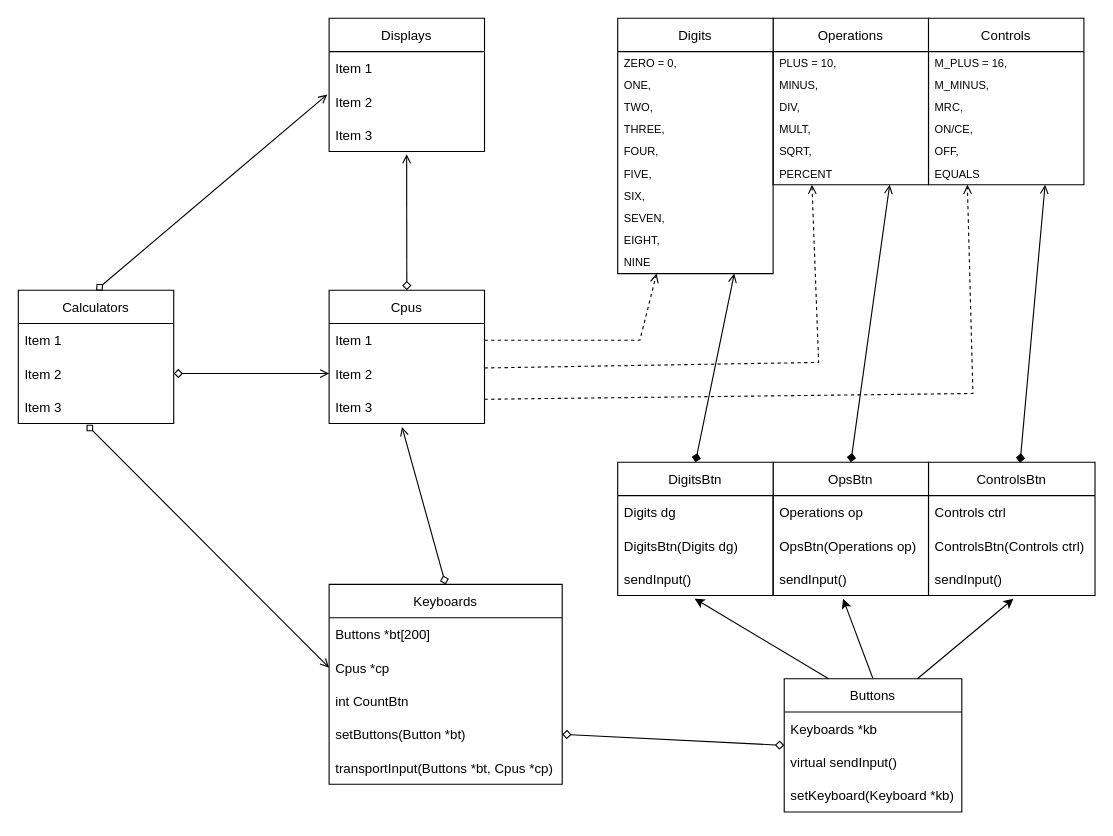
RenanGAS/Calculator keeps this draw.io diagram as Model/Calculator.drawio. Above is the earlier version. Source tidied: cells renumbered, new cells numbered last; positions are measured from the earlier drawing's top-left corner, leaving out a move shared by most shapes. Both pictures are drawn from the tidied source at 111%, with x=0, y=0 at pixel (18, 18).
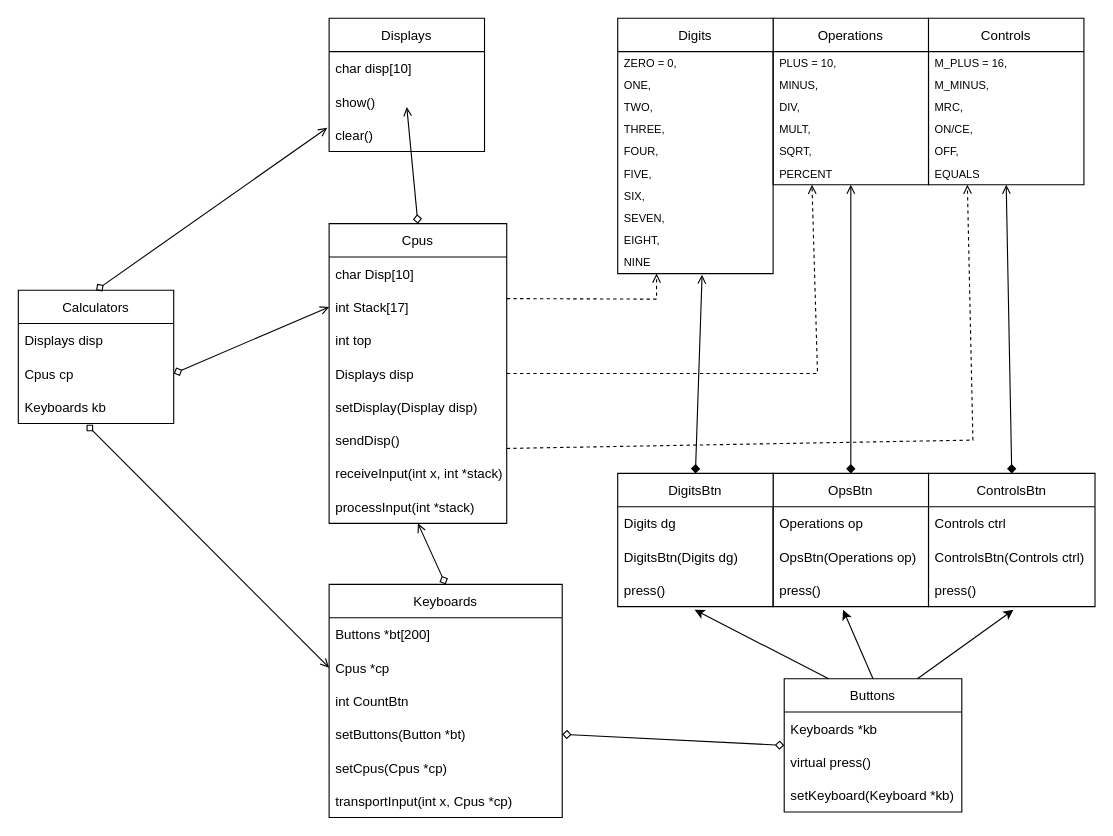
After the change.

Unchanged cells that the change refers to:
```xml
<mxCell id="8" value="Buttons" style="swimlane;fontStyle=0;horizontal=1;startSize=30;" parent="1" vertex="1">
  <mxGeometry x="690" y="595" width="160" height="120" as="geometry" />
</mxCell>
<mxCell id="12" value="Displays" style="swimlane;fontStyle=0;horizontal=1;startSize=30;" parent="1" vertex="1">
  <mxGeometry x="280" width="140" height="120" as="geometry" />
</mxCell>
<mxCell id="16" value="Calculators" style="swimlane;fontStyle=0;horizontal=1;startSize=30;" parent="1" vertex="1">
  <mxGeometry y="245" width="140" height="120" as="geometry" />
</mxCell>
<mxCell id="36" value="Operations" style="swimlane;fontStyle=0;horizontal=1;startSize=30;" parent="1" vertex="1">
  <mxGeometry x="680" width="140" height="150" as="geometry" />
</mxCell>
<mxCell id="58" value="Controls" style="swimlane;fontStyle=0;horizontal=1;startSize=30;" parent="1" vertex="1">
  <mxGeometry x="820" width="140" height="150" as="geometry" />
</mxCell>
<mxCell id="65" value="Digits" style="swimlane;fontStyle=0;horizontal=1;startSize=30;" parent="1" vertex="1">
  <mxGeometry x="540" width="140" height="230" as="geometry" />
</mxCell>
<mxCell id="75" value="NINE" style="text;strokeColor=none;fillColor=none;align=left;verticalAlign=middle;spacingLeft=4;spacingRight=4;overflow=hidden;points=[[0,0.5],[1,0.5]];portConstraint=eastwest;fontSize=10;" parent="65" vertex="1">
  <mxGeometry y="210" width="140" height="20" as="geometry" />
</mxCell>
```

Diff of the diagram source:
```diff
@@
     <mxCell id="2" value="Keyboards" style="swimlane;fontStyle=0;horizontal=1;startSize=30;" parent="1" vertex="1">
-      <mxGeometry x="280" y="510" width="210" height="180" as="geometry" />
+      <mxGeometry x="280" y="510" width="210" height="210" as="geometry" />
     </mxCell>
@@
+    <mxCell id="76" value="setCpus(Cpus *cp)" style="text;strokeColor=none;fillColor=none;align=left;verticalAlign=middle;spacingLeft=4;spacingRight=4;overflow=hidden;" parent="2" vertex="1">
+      <mxGeometry y="150" width="210" height="30" as="geometry" />
+    </mxCell>
-    <mxCell id="7" value="transportInput(Buttons *bt, Cpus *cp)" style="text;strokeColor=none;fillColor=none;align=left;verticalAlign=middle;spacingLeft=4;spacingRight=4;overflow=hidden;" parent="2" vertex="1">
-      <mxGeometry y="150" width="210" height="30" as="geometry" />
+    <mxCell id="7" value="transportInput(int x, Cpus *cp)" style="text;strokeColor=none;fillColor=none;align=left;verticalAlign=middle;spacingLeft=4;spacingRight=4;overflow=hidden;" parent="2" vertex="1">
+      <mxGeometry y="180" width="210" height="30" as="geometry" />
     </mxCell>
@@
-    <mxCell id="10" value="virtual sendInput()" style="text;strokeColor=none;fillColor=none;align=left;verticalAlign=middle;spacingLeft=4;spacingRight=4;overflow=hidden;" parent="8" vertex="1">
+    <mxCell id="10" value="virtual press()" style="text;strokeColor=none;fillColor=none;align=left;verticalAlign=middle;spacingLeft=4;spacingRight=4;overflow=hidden;" parent="8" vertex="1">
       <mxGeometry y="60" width="160" height="30" as="geometry" />
     </mxCell>
@@
+    <mxCell id="77" value="char disp[10]" style="text;strokeColor=none;fillColor=none;align=left;verticalAlign=middle;spacingLeft=4;spacingRight=4;overflow=hidden;" parent="12" vertex="1">
+      <mxGeometry y="30" width="140" height="30" as="geometry" />
+    </mxCell>
-    <mxCell id="13" value="Item 1" style="text;strokeColor=none;fillColor=none;align=left;verticalAlign=middle;spacingLeft=4;spacingRight=4;overflow=hidden;" parent="12" vertex="1">
-      <mxGeometry y="30" width="140" height="30" as="geometry" />
+    <mxCell id="13" value="show()" style="text;strokeColor=none;fillColor=none;align=left;verticalAlign=middle;spacingLeft=4;spacingRight=4;overflow=hidden;" parent="12" vertex="1">
+      <mxGeometry y="60" width="140" height="30" as="geometry" />
     </mxCell>
-    <mxCell id="14" value="Item 2" style="text;strokeColor=none;fillColor=none;align=left;verticalAlign=middle;spacingLeft=4;spacingRight=4;overflow=hidden;points=[[0,0.5],[1,0.5]];portConstraint=eastwest;" parent="12" vertex="1">
-      <mxGeometry y="60" width="140" height="30" as="geometry" />
+    <mxCell id="14" value="clear()" style="text;strokeColor=none;fillColor=none;align=left;verticalAlign=middle;spacingLeft=4;spacingRight=4;overflow=hidden;points=[[0,0.5],[1,0.5]];portConstraint=eastwest;" parent="12" vertex="1">
+      <mxGeometry y="90" width="140" height="30" as="geometry" />
     </mxCell>
-    <mxCell id="15" value="Item 3" style="text;strokeColor=none;fillColor=none;align=left;verticalAlign=middle;spacingLeft=4;spacingRight=4;overflow=hidden;points=[[0,0.5],[1,0.5]];portConstraint=eastwest;" parent="12" vertex="1">
-      <mxGeometry y="90" width="140" height="30" as="geometry" />
-    </mxCell>
@@
-    <mxCell id="17" value="Item 1" style="text;strokeColor=none;fillColor=none;align=left;verticalAlign=middle;spacingLeft=4;spacingRight=4;overflow=hidden;" parent="16" vertex="1">
+    <mxCell id="17" value="Displays disp" style="text;strokeColor=none;fillColor=none;align=left;verticalAlign=middle;spacingLeft=4;spacingRight=4;overflow=hidden;" parent="16" vertex="1">
       <mxGeometry y="30" width="140" height="30" as="geometry" />
     </mxCell>
-    <mxCell id="18" value="Item 2" style="text;strokeColor=none;fillColor=none;align=left;verticalAlign=middle;spacingLeft=4;spacingRight=4;overflow=hidden;points=[[0,0.5],[1,0.5]];portConstraint=eastwest;" parent="16" vertex="1">
+    <mxCell id="18" value="Cpus cp" style="text;strokeColor=none;fillColor=none;align=left;verticalAlign=middle;spacingLeft=4;spacingRight=4;overflow=hidden;points=[[0,0.5],[1,0.5]];portConstraint=eastwest;" parent="16" vertex="1">
       <mxGeometry y="60" width="140" height="30" as="geometry" />
     </mxCell>
-    <mxCell id="19" value="Item 3" style="text;strokeColor=none;fillColor=none;align=left;verticalAlign=middle;spacingLeft=4;spacingRight=4;overflow=hidden;points=[[0,0.5],[1,0.5]];portConstraint=eastwest;" parent="16" vertex="1">
+    <mxCell id="19" value="Keyboards kb" style="text;strokeColor=none;fillColor=none;align=left;verticalAlign=middle;spacingLeft=4;spacingRight=4;overflow=hidden;points=[[0,0.5],[1,0.5]];portConstraint=eastwest;" parent="16" vertex="1">
       <mxGeometry y="90" width="140" height="30" as="geometry" />
     </mxCell>
     <mxCell id="20" value="Cpus" style="swimlane;fontStyle=0;horizontal=1;startSize=30;" parent="1" vertex="1">
-      <mxGeometry x="280" y="245" width="140" height="120" as="geometry" />
+      <mxGeometry x="280" y="185" width="160" height="270" as="geometry" />
     </mxCell>
-    <mxCell id="21" value="Item 1" style="text;strokeColor=none;fillColor=none;align=left;verticalAlign=middle;spacingLeft=4;spacingRight=4;overflow=hidden;points=[[0,0.5],[1,0.5]];portConstraint=eastwest;" parent="20" vertex="1">
-      <mxGeometry y="30" width="140" height="30" as="geometry" />
+    <mxCell id="21" value="char Disp[10]" style="text;strokeColor=none;fillColor=none;align=left;verticalAlign=middle;spacingLeft=4;spacingRight=4;overflow=hidden;points=[[0,0.5],[1,0.5]];portConstraint=eastwest;" parent="20" vertex="1">
+      <mxGeometry y="30" width="160" height="30" as="geometry" />
     </mxCell>
-    <mxCell id="22" value="Item 2" style="text;strokeColor=none;fillColor=none;align=left;verticalAlign=middle;spacingLeft=4;spacingRight=4;overflow=hidden;points=[[0,0.5],[1,0.5]];portConstraint=eastwest;" parent="20" vertex="1">
-      <mxGeometry y="60" width="140" height="30" as="geometry" />
+    <mxCell id="22" value="int Stack[17]" style="text;strokeColor=none;fillColor=none;align=left;verticalAlign=middle;spacingLeft=4;spacingRight=4;overflow=hidden;points=[[0,0.5],[1,0.5]];portConstraint=eastwest;" parent="20" vertex="1">
+      <mxGeometry y="60" width="160" height="30" as="geometry" />
     </mxCell>
+    <mxCell id="78" value="int top" style="text;strokeColor=none;fillColor=none;align=left;verticalAlign=middle;spacingLeft=4;spacingRight=4;overflow=hidden;" parent="20" vertex="1">
+      <mxGeometry y="90" width="160" height="30" as="geometry" />
+    </mxCell>
-    <mxCell id="23" value="Item 3" style="text;strokeColor=none;fillColor=none;align=left;verticalAlign=middle;spacingLeft=4;spacingRight=4;overflow=hidden;points=[[0,0.5],[1,0.5]];portConstraint=eastwest;" parent="20" vertex="1">
-      <mxGeometry y="90" width="140" height="30" as="geometry" />
+    <mxCell id="23" value="Displays disp" style="text;strokeColor=none;fillColor=none;align=left;verticalAlign=middle;spacingLeft=4;spacingRight=4;overflow=hidden;points=[[0,0.5],[1,0.5]];portConstraint=eastwest;" parent="20" vertex="1">
+      <mxGeometry y="120" width="160" height="30" as="geometry" />
     </mxCell>
+    <mxCell id="79" value="setDisplay(Display disp)" style="text;strokeColor=none;fillColor=none;align=left;verticalAlign=middle;spacingLeft=4;spacingRight=4;overflow=hidden;" parent="20" vertex="1">
+      <mxGeometry y="150" width="160" height="30" as="geometry" />
+    </mxCell>
+    <mxCell id="80" value="sendDisp()" style="text;strokeColor=none;fillColor=none;align=left;verticalAlign=middle;spacingLeft=4;spacingRight=4;overflow=hidden;" parent="20" vertex="1">
+      <mxGeometry y="180" width="160" height="30" as="geometry" />
+    </mxCell>
+    <mxCell id="81" value="receiveInput(int x, int *stack)" style="text;strokeColor=none;fillColor=none;align=left;verticalAlign=middle;spacingLeft=4;spacingRight=4;overflow=hidden;" parent="20" vertex="1">
+      <mxGeometry y="210" width="160" height="30" as="geometry" />
+    </mxCell>
+    <mxCell id="82" value="processInput(int *stack)" style="text;strokeColor=none;fillColor=none;align=left;verticalAlign=middle;spacingLeft=4;spacingRight=4;overflow=hidden;" parent="20" vertex="1">
+      <mxGeometry y="240" width="160" height="30" as="geometry" />
+    </mxCell>
     <mxCell id="24" value="ControlsBtn" style="swimlane;fontStyle=0;horizontal=1;startSize=30;" parent="1" vertex="1">
-      <mxGeometry x="820" y="400" width="150" height="120" as="geometry" />
+      <mxGeometry x="820" y="410" width="150" height="120" as="geometry" />
     </mxCell>
@@
-    <mxCell id="27" value="sendInput()" style="text;strokeColor=none;fillColor=none;align=left;verticalAlign=middle;spacingLeft=4;spacingRight=4;overflow=hidden;points=[[0,0.5],[1,0.5]];portConstraint=eastwest;" parent="24" vertex="1">
+    <mxCell id="27" value="press()" style="text;strokeColor=none;fillColor=none;align=left;verticalAlign=middle;spacingLeft=4;spacingRight=4;overflow=hidden;points=[[0,0.5],[1,0.5]];portConstraint=eastwest;" parent="24" vertex="1">
       <mxGeometry y="90" width="150" height="30" as="geometry" />
     </mxCell>
     <mxCell id="28" value="OpsBtn" style="swimlane;fontStyle=0;horizontal=1;startSize=30;" parent="1" vertex="1">
-      <mxGeometry x="680" y="400" width="140" height="120" as="geometry" />
+      <mxGeometry x="680" y="410" width="140" height="120" as="geometry" />
     </mxCell>
@@
-    <mxCell id="31" value="sendInput()" style="text;strokeColor=none;fillColor=none;align=left;verticalAlign=middle;spacingLeft=4;spacingRight=4;overflow=hidden;points=[[0,0.5],[1,0.5]];portConstraint=eastwest;" parent="28" vertex="1">
+    <mxCell id="31" value="press()" style="text;strokeColor=none;fillColor=none;align=left;verticalAlign=middle;spacingLeft=4;spacingRight=4;overflow=hidden;points=[[0,0.5],[1,0.5]];portConstraint=eastwest;" parent="28" vertex="1">
       <mxGeometry y="90" width="140" height="30" as="geometry" />
     </mxCell>
     <mxCell id="32" value="DigitsBtn" style="swimlane;fontStyle=0;horizontal=1;startSize=30;" parent="1" vertex="1">
-      <mxGeometry x="540" y="400" width="140" height="120" as="geometry" />
+      <mxGeometry x="540" y="410" width="140" height="120" as="geometry" />
     </mxCell>
@@
-    <mxCell id="35" value="sendInput()" style="text;strokeColor=none;fillColor=none;align=left;verticalAlign=middle;spacingLeft=4;spacingRight=4;overflow=hidden;points=[[0,0.5],[1,0.5]];portConstraint=eastwest;" parent="32" vertex="1">
+    <mxCell id="35" value="press()" style="text;strokeColor=none;fillColor=none;align=left;verticalAlign=middle;spacingLeft=4;spacingRight=4;overflow=hidden;points=[[0,0.5],[1,0.5]];portConstraint=eastwest;" parent="32" vertex="1">
       <mxGeometry y="90" width="140" height="30" as="geometry" />
     </mxCell>
@@
-    <mxCell id="43" style="endArrow=diamond;html=1;rounded=0;endFill=1;startArrow=open;startFill=0;entryX=0.5;entryY=0;entryDx=0;entryDy=0;exitX=0.75;exitY=1;exitDx=0;exitDy=0;" parent="1" edge="1" source="65" target="32">
+    <mxCell id="43" style="endArrow=diamond;html=1;rounded=0;endFill=1;startArrow=open;startFill=0;entryX=0.5;entryY=0;entryDx=0;entryDy=0;exitX=0.543;exitY=1.05;exitDx=0;exitDy=0;exitPerimeter=0;" parent="1" edge="1" source="75" target="32">
       <mxGeometry relative="1" as="geometry" />
     </mxCell>
-    <mxCell id="44" style="endArrow=open;html=1;rounded=0;endFill=0;exitX=0.5;exitY=0;exitDx=0;exitDy=0;startArrow=diamond;startFill=1;entryX=0.75;entryY=1;entryDx=0;entryDy=0;" parent="1" edge="1" source="28" target="36">
+    <mxCell id="44" style="endArrow=open;html=1;rounded=0;endFill=0;exitX=0.5;exitY=0;exitDx=0;exitDy=0;startArrow=diamond;startFill=1;entryX=0.5;entryY=1;entryDx=0;entryDy=0;" parent="1" edge="1" source="28" target="36">
       <mxGeometry relative="1" as="geometry" />
     </mxCell>
-    <mxCell id="45" style="endArrow=open;html=1;rounded=0;endFill=0;entryX=0.75;entryY=1;entryDx=0;entryDy=0;exitX=0.5;exitY=0;exitDx=0;exitDy=0;startArrow=diamond;startFill=1;" parent="1" edge="1" target="58">
-      <mxGeometry relative="1" as="geometry">
-        <mxPoint x="902.5" y="400.3" as="sourcePoint" />
-      </mxGeometry>
+    <mxCell id="45" style="endArrow=open;html=1;rounded=0;endFill=0;entryX=0.5;entryY=1;entryDx=0;entryDy=0;exitX=0.5;exitY=0;exitDx=0;exitDy=0;startArrow=diamond;startFill=1;" parent="1" edge="1" source="24" target="58">
+      <mxGeometry relative="1" as="geometry" />
     </mxCell>
@@
-    <mxCell id="50" style="endArrow=diamond;html=1;rounded=0;endFill=0;startArrow=open;startFill=0;exitX=0.469;exitY=1.105;exitDx=0;exitDy=0;exitPerimeter=0;entryX=0.5;entryY=0;entryDx=0;entryDy=0;" parent="1" edge="1" source="23" target="2">
+    <mxCell id="50" style="endArrow=diamond;html=1;rounded=0;endFill=0;startArrow=open;startFill=0;entryX=0.5;entryY=0;entryDx=0;entryDy=0;exitX=0.5;exitY=1;exitDx=0;exitDy=0;" parent="1" edge="1" source="20" target="2">
       <mxGeometry relative="1" as="geometry" />
     </mxCell>
-    <mxCell id="51" style="endArrow=diamond;html=1;rounded=0;endFill=0;startArrow=open;startFill=0;entryX=0.5;entryY=0;entryDx=0;entryDy=0;exitX=0.499;exitY=1.079;exitDx=0;exitDy=0;exitPerimeter=0;" parent="1" edge="1" source="15" target="20">
-      <mxGeometry relative="1" as="geometry" />
+    <mxCell id="51" style="endArrow=diamond;html=1;rounded=0;endFill=0;startArrow=open;startFill=0;entryX=0.5;entryY=0;entryDx=0;entryDy=0;exitX=0.499;exitY=1.079;exitDx=0;exitDy=0;exitPerimeter=0;" parent="1" edge="1" target="20">
+      <mxGeometry relative="1" as="geometry">
+        <mxPoint x="350" y="80" as="sourcePoint" />
+      </mxGeometry>
     </mxCell>
@@
-    <mxCell id="55" style="endArrow=open;html=1;rounded=0;dashed=1;exitX=1;exitY=0.5;exitDx=0;exitDy=0;endFill=0;entryX=0.25;entryY=1;entryDx=0;entryDy=0;" parent="1" edge="1" source="21" target="65">
+    <mxCell id="55" style="endArrow=open;html=1;rounded=0;dashed=1;exitX=1;exitY=0.25;exitDx=0;exitDy=0;endFill=0;entryX=0.25;entryY=1;entryDx=0;entryDy=0;" parent="1" edge="1" source="20" target="65">
       <mxGeometry relative="1" as="geometry">
         <Array as="points">
-          <mxPoint x="560" y="290" />
+          <mxPoint x="575" y="253" />
         </Array>
       </mxGeometry>
     </mxCell>
-    <mxCell id="56" style="endArrow=open;html=1;rounded=0;dashed=1;exitX=1;exitY=0.5;exitDx=0;exitDy=0;endFill=0;entryX=0.25;entryY=1;entryDx=0;entryDy=0;" parent="1" edge="1" target="36">
+    <mxCell id="56" style="endArrow=open;html=1;rounded=0;dashed=1;endFill=0;entryX=0.25;entryY=1;entryDx=0;entryDy=0;exitX=1;exitY=0.5;exitDx=0;exitDy=0;" parent="1" edge="1" source="20" target="36">
       <mxGeometry relative="1" as="geometry">
-        <mxPoint x="420" y="315" as="sourcePoint" />
         <Array as="points">
-          <mxPoint x="721" y="310" />
+          <mxPoint x="720" y="320" />
         </Array>
       </mxGeometry>
     </mxCell>
-    <mxCell id="57" style="endArrow=open;html=1;rounded=0;dashed=1;exitX=1;exitY=0.5;exitDx=0;exitDy=0;endFill=0;entryX=0.25;entryY=1;entryDx=0;entryDy=0;" parent="1" edge="1" target="58">
+    <mxCell id="57" style="endArrow=open;html=1;rounded=0;dashed=1;exitX=1;exitY=0.75;exitDx=0;exitDy=0;endFill=0;entryX=0.25;entryY=1;entryDx=0;entryDy=0;" parent="1" edge="1" source="20" target="58">
       <mxGeometry relative="1" as="geometry">
-        <mxPoint x="420" y="343.2" as="sourcePoint" />
         <Array as="points">
-          <mxPoint x="860" y="338" />
+          <mxPoint x="860" y="380" />
         </Array>
       </mxGeometry>
     </mxCell>
```
